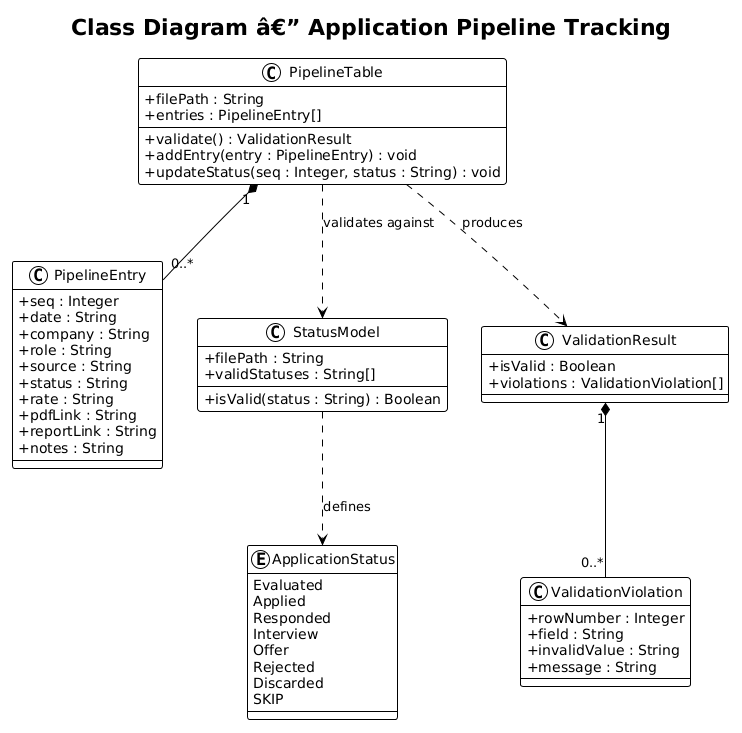
Above: docs/detailed-designs/03-application-pipeline-tracking/diagrams/class_diagram.png in QuinntyneBrown/Orbit (PlantUML), before the change.
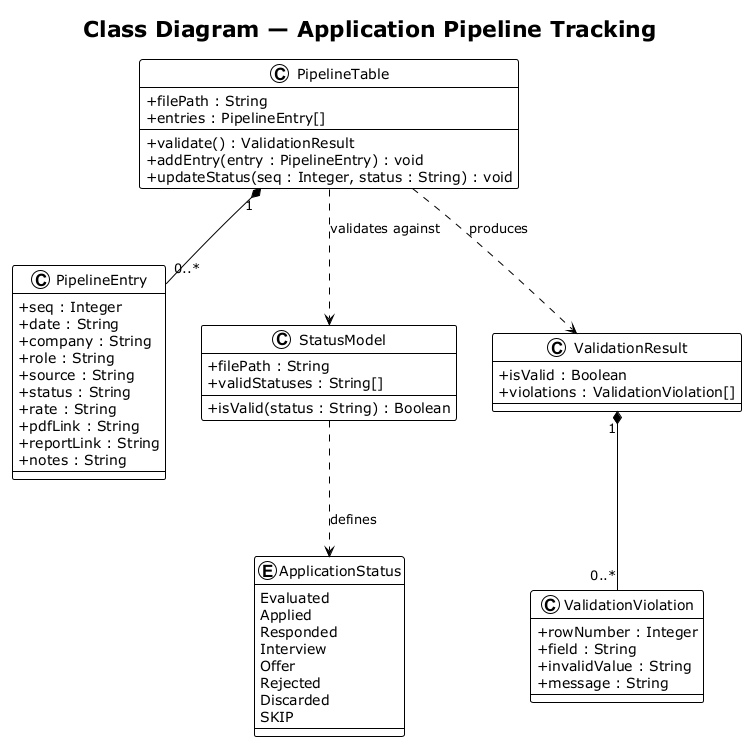
After the commit.

Change to the diagram source:
```diff
@@ -1,8 +1,8 @@
-@startuml
+@startuml class_diagram
 !theme plain
 skinparam classAttributeIconSize 0
 
-title Class Diagram â€” Application Pipeline Tracking
+title Class Diagram — Application Pipeline Tracking
 
 class PipelineTable {
     +filePath : String
@@ -59,4 +59,5 @@
 PipelineTable ..> ValidationResult : produces
 ValidationResult "1" *-- "0..*" ValidationViolation
 StatusModel ..> ApplicationStatus : defines
+
 @enduml
```
